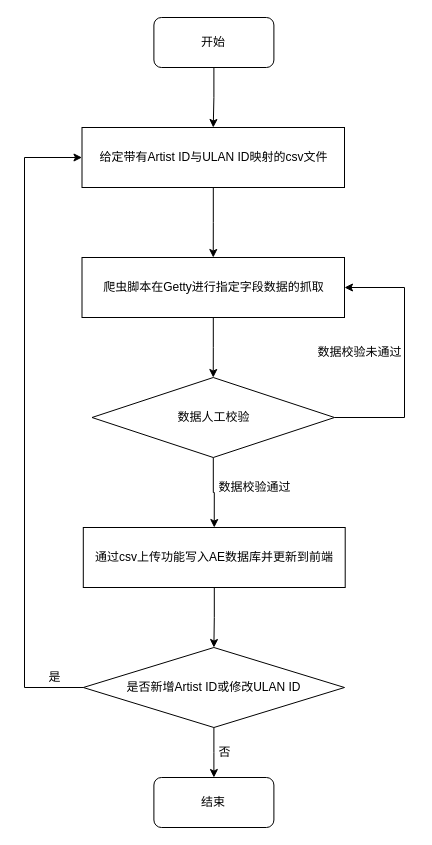
Before: aida-diagrams-394.drawio in stormwasd/draw_io, a draw.io diagram. Source tidied: cells renumbered, new cells numbered last; positions are measured from the earlier drawing's top-left corner, leaving out a move shared by most shapes. Both pictures are drawn from the tidied source at 100%, with x=0, y=0 at pixel (24, 17).
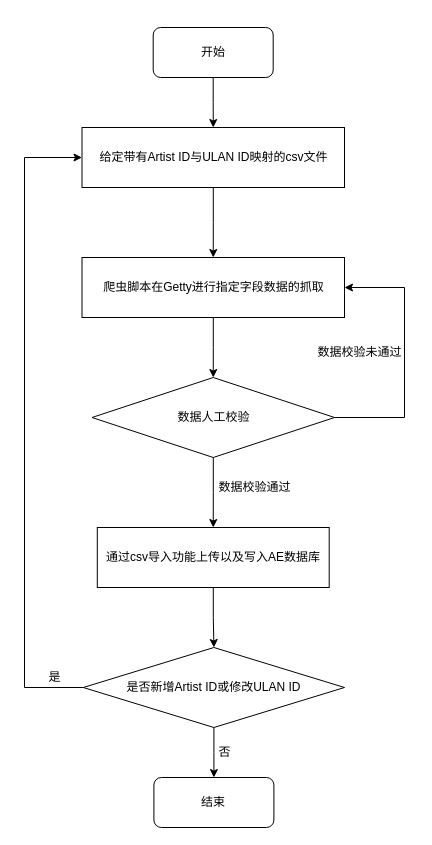
The same diagram, later.

Change to the diagram source:
```diff
@@
-    <mxCell id="10" value="通过csv上传功能写入AE数据库并更新到前端" style="rounded=0;whiteSpace=wrap;html=1;" parent="1" vertex="1">
-      <mxGeometry x="58.8" y="510" width="261.9" height="60" as="geometry" />
+    <mxCell id="10" value="通过csv导入功能上传以及写入AE数据库" style="rounded=0;whiteSpace=wrap;html=1;" parent="1" vertex="1">
+      <mxGeometry x="72.8" y="510" width="231.9" height="60" as="geometry" />
     </mxCell>
@@
     <mxCell id="18" value="开始" style="rounded=1;whiteSpace=wrap;html=1;" parent="1" vertex="1">
-      <mxGeometry x="129.4" width="120" height="50" as="geometry" />
+      <mxGeometry x="128.7" y="10" width="120" height="50" as="geometry" />
     </mxCell>
```
